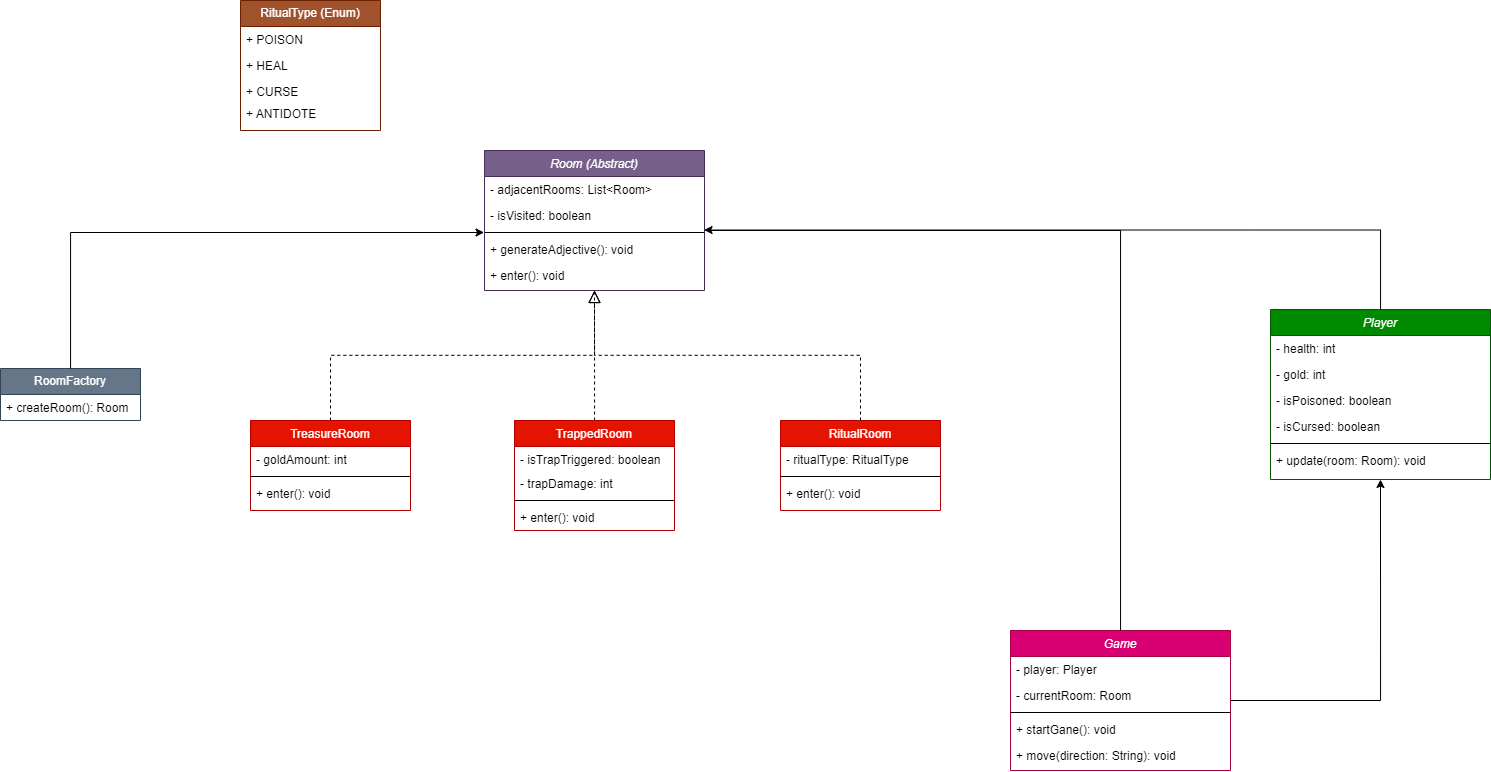
yehonatan1112/Dungeons keeps this draw.io diagram as UML.png. Above is the earlier version. Source tidied: cells renumbered, new cells last; positions are measured from the earlier drawing's top-left corner, leaving out a move shared by most shapes.
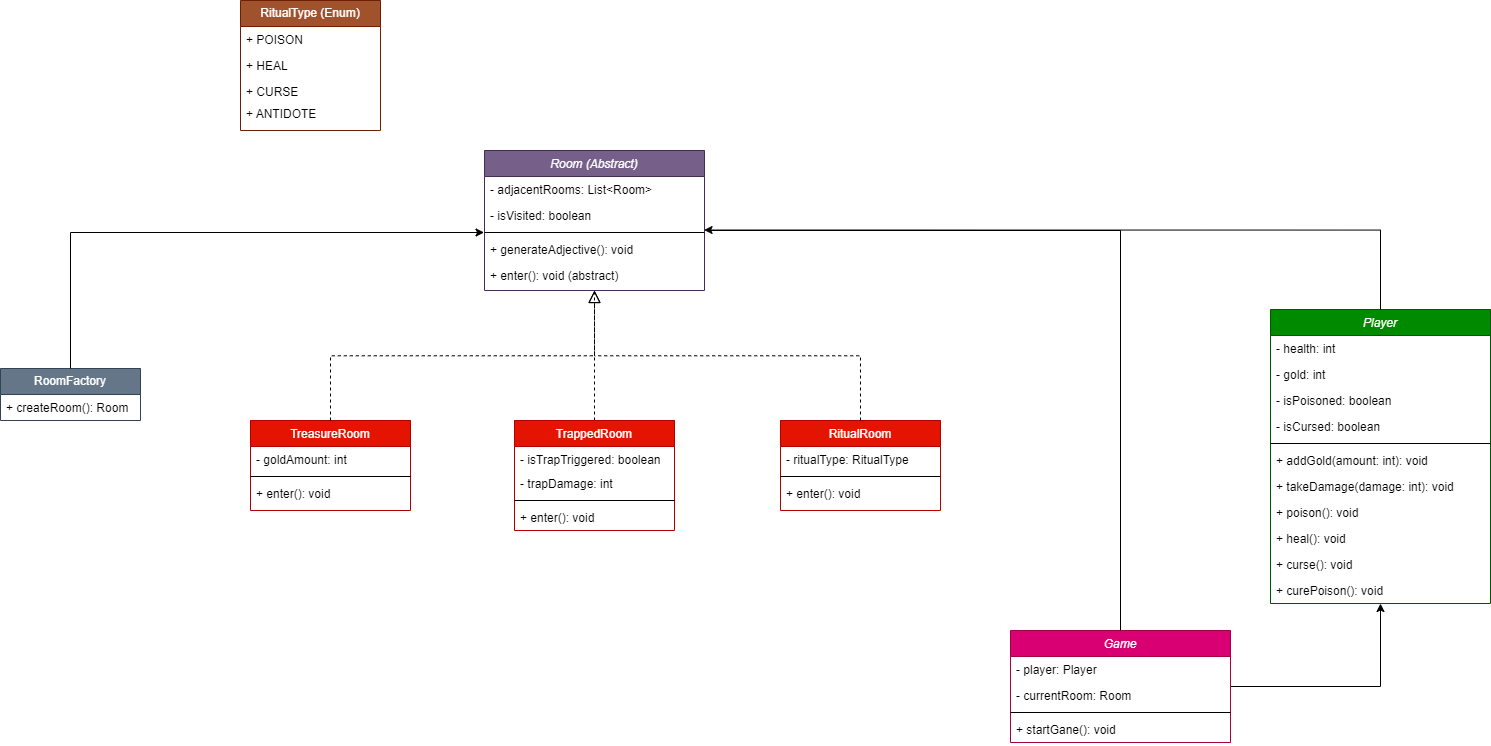
Later version of the same file.

The edit, as a diff of the source:
```diff
@@ -17,7 +17,7 @@
     <mxCell id="6" value="+ generateAdjective(): void" style="text;align=left;verticalAlign=top;spacingLeft=4;spacingRight=4;overflow=hidden;rounded=0;shadow=0;html=0;" parent="2" vertex="1">
       <mxGeometry y="86" width="220" height="26" as="geometry" />
     </mxCell>
-    <mxCell id="7" value="+ enter(): void" style="text;align=left;verticalAlign=top;spacingLeft=4;spacingRight=4;overflow=hidden;" parent="2" vertex="1">
+    <mxCell id="7" value="+ enter(): void (abstract)" style="text;align=left;verticalAlign=top;spacingLeft=4;spacingRight=4;overflow=hidden;" parent="2" vertex="1">
       <mxGeometry y="112" width="220" height="26" as="geometry" />
     </mxCell>
     <mxCell id="8" value="TreasureRoom" style="swimlane;fontStyle=0;align=center;verticalAlign=top;horizontal=1;startSize=26;rounded=0;shadow=0;strokeWidth=1;fillColor=#e51400;fontColor=#ffffff;strokeColor=#B20000;" parent="1" vertex="1">
@@ -89,7 +89,7 @@
       <mxGeometry y="26" width="140" height="26" as="geometry" />
     </mxCell>
     <mxCell id="30" value="Player" style="swimlane;fontStyle=2;align=center;verticalAlign=top;horizontal=1;startSize=26;rounded=0;shadow=0;strokeWidth=1;fillColor=#008a00;strokeColor=#005700;fontColor=#ffffff;" parent="1" vertex="1">
-      <mxGeometry x="1270" y="309" width="220" height="170" as="geometry" />
+      <mxGeometry x="1270" y="309" width="220" height="294" as="geometry" />
     </mxCell>
     <mxCell id="31" value="- health: int" style="text;align=left;verticalAlign=top;spacingLeft=4;spacingRight=4;overflow=hidden;" parent="30" vertex="1">
       <mxGeometry y="26" width="220" height="26" as="geometry" />
@@ -106,14 +106,29 @@
     <mxCell id="35" style="line;html=1;strokeWidth=1;align=left;verticalAlign=middle;spacingTop=-1;spacingLeft=3;spacingRight=3;labelPosition=right;" parent="30" vertex="1">
       <mxGeometry y="130" width="220" height="8" as="geometry" />
     </mxCell>
-    <mxCell id="36" value="+ update(room: Room): void" style="text;align=left;verticalAlign=top;spacingLeft=4;spacingRight=4;overflow=hidden;" parent="30" vertex="1">
+    <mxCell id="36" value="+ addGold(amount: int): void" style="text;align=left;verticalAlign=top;spacingLeft=4;spacingRight=4;overflow=hidden;" parent="30" vertex="1">
       <mxGeometry y="138" width="220" height="26" as="geometry" />
     </mxCell>
+    <mxCell id="48" value="+ takeDamage(damage: int): void" style="text;align=left;verticalAlign=top;spacingLeft=4;spacingRight=4;overflow=hidden;" parent="30" vertex="1">
+      <mxGeometry y="164" width="220" height="26" as="geometry" />
+    </mxCell>
+    <mxCell id="49" value="+ poison(): void" style="text;align=left;verticalAlign=top;spacingLeft=4;spacingRight=4;overflow=hidden;" parent="30" vertex="1">
+      <mxGeometry y="190" width="220" height="26" as="geometry" />
+    </mxCell>
+    <mxCell id="50" value="+ heal(): void" style="text;align=left;verticalAlign=top;spacingLeft=4;spacingRight=4;overflow=hidden;" parent="30" vertex="1">
+      <mxGeometry y="216" width="220" height="26" as="geometry" />
+    </mxCell>
+    <mxCell id="51" value="+ curse(): void" style="text;align=left;verticalAlign=top;spacingLeft=4;spacingRight=4;overflow=hidden;" parent="30" vertex="1">
+      <mxGeometry y="242" width="220" height="26" as="geometry" />
+    </mxCell>
+    <mxCell id="52" value="+ curePoison(): void" style="text;align=left;verticalAlign=top;spacingLeft=4;spacingRight=4;overflow=hidden;" parent="30" vertex="1">
+      <mxGeometry y="268" width="220" height="26" as="geometry" />
+    </mxCell>
     <mxCell id="37" style="edgeStyle=orthogonalEdgeStyle;rounded=0;jettySize=auto;html=1;entryX=0.5;entryY=1;entryDx=0;entryDy=0;" parent="1" edge="1" source="38" target="30">
       <mxGeometry relative="1" as="geometry" />
     </mxCell>
     <mxCell id="38" value="Game" style="swimlane;fontStyle=2;align=center;verticalAlign=top;horizontal=1;startSize=26;rounded=0;shadow=0;strokeWidth=1;fillColor=#d80073;strokeColor=#A50040;fontColor=#ffffff;" parent="1" vertex="1">
-      <mxGeometry x="1010" y="630" width="220" height="140" as="geometry" />
+      <mxGeometry x="1010" y="630" width="220" height="112" as="geometry" />
     </mxCell>
     <mxCell id="39" value="- player: Player" style="text;align=left;verticalAlign=top;spacingLeft=4;spacingRight=4;overflow=hidden;" parent="38" vertex="1">
       <mxGeometry y="26" width="220" height="26" as="geometry" />
@@ -127,9 +142,6 @@
     <mxCell id="42" value="+ startGane(): void" style="text;align=left;verticalAlign=top;spacingLeft=4;spacingRight=4;overflow=hidden;rounded=0;shadow=0;html=0;" parent="38" vertex="1">
       <mxGeometry y="86" width="220" height="26" as="geometry" />
     </mxCell>
-    <mxCell id="43" value="+ move(direction: String): void" style="text;align=left;verticalAlign=top;spacingLeft=4;spacingRight=4;overflow=hidden;" parent="38" vertex="1">
-      <mxGeometry y="112" width="220" height="26" as="geometry" />
-    </mxCell>
     <mxCell id="44" style="endArrow=block;endSize=10;endFill=0;shadow=0;strokeWidth=1;rounded=0;curved=0;edgeStyle=elbowEdgeStyle;elbow=vertical;dashed=1;exitX=0.5;exitY=0;exitDx=0;exitDy=0;" parent="1" edge="1" source="19">
       <mxGeometry relative="1" as="geometry">
         <mxPoint x="594" y="290" as="targetPoint" />
```
